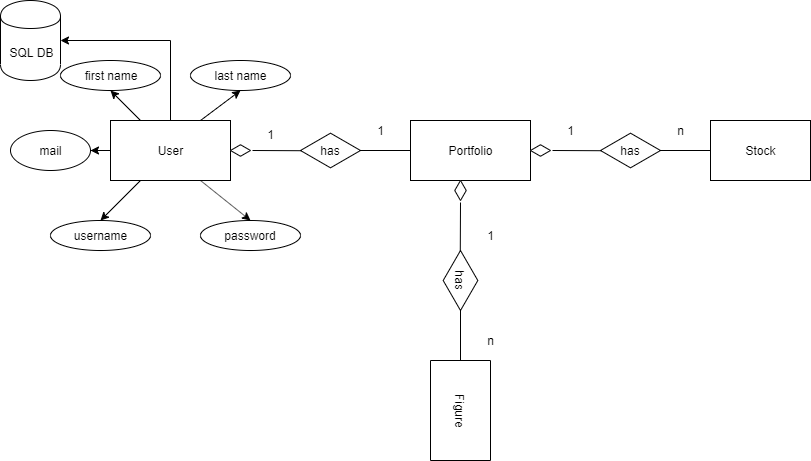
This is Documentation/DB.png from rama997project/Stats-Screening, a draw.io export, as it was before one commit. Source tidied: cells renumbered, new cells last; positions are measured from the earlier drawing's top-left corner, leaving out a move shared by most shapes. Source of this version:
```xml
<mxGraphModel>
  <root>
    <mxCell id="0" />
    <mxCell id="1" parent="0" />
    <mxCell id="2" value="SQL DB" style="shape=cylinder;whiteSpace=wrap;html=1;boundedLbl=1;backgroundOutline=1;" parent="1" vertex="1">
      <mxGeometry width="60" height="80" as="geometry" />
    </mxCell>
    <mxCell id="3" style="edgeStyle=orthogonalEdgeStyle;rounded=0;jettySize=auto;html=1;" parent="1" edge="1" source="5" target="14">
      <mxGeometry relative="1" as="geometry" />
    </mxCell>
    <mxCell id="4" style="edgeStyle=orthogonalEdgeStyle;rounded=0;jettySize=auto;html=1;entryX=1;entryY=0.5;entryDx=0;entryDy=0;" parent="1" edge="1" source="5" target="2">
      <mxGeometry relative="1" as="geometry">
        <Array as="points">
          <mxPoint x="170" y="40" />
        </Array>
      </mxGeometry>
    </mxCell>
    <mxCell id="5" value="User" style="rounded=0;whiteSpace=wrap;html=1;" parent="1" vertex="1">
      <mxGeometry x="110" y="120" width="120" height="60" as="geometry" />
    </mxCell>
    <mxCell id="6" value="first name" style="ellipse;whiteSpace=wrap;html=1;" parent="1" vertex="1">
      <mxGeometry x="60" y="60" width="100" height="30" as="geometry" />
    </mxCell>
    <mxCell id="7" value="last name" style="ellipse;whiteSpace=wrap;html=1;" parent="1" vertex="1">
      <mxGeometry x="190" y="60" width="100" height="30" as="geometry" />
    </mxCell>
    <mxCell id="8" value="username" style="ellipse;whiteSpace=wrap;html=1;" parent="1" vertex="1">
      <mxGeometry x="50" y="220" width="100" height="30" as="geometry" />
    </mxCell>
    <mxCell id="9" value="password" style="ellipse;whiteSpace=wrap;html=1;" parent="1" vertex="1">
      <mxGeometry x="200" y="220" width="100" height="30" as="geometry" />
    </mxCell>
    <mxCell id="10" style="endArrow=classic;html=1;entryX=0.5;entryY=0;entryDx=0;entryDy=0;exitX=0.75;exitY=1;exitDx=0;exitDy=0;" parent="1" edge="1" source="5" target="9">
      <mxGeometry relative="1" as="geometry" />
    </mxCell>
    <mxCell id="11" style="endArrow=classic;html=1;entryX=0.5;entryY=0;entryDx=0;entryDy=0;exitX=0.25;exitY=1;exitDx=0;exitDy=0;" parent="1" edge="1" source="5" target="8">
      <mxGeometry relative="1" as="geometry" />
    </mxCell>
    <mxCell id="12" style="endArrow=classic;html=1;exitX=0.75;exitY=0;exitDx=0;exitDy=0;entryX=0.5;entryY=1;entryDx=0;entryDy=0;" parent="1" edge="1" source="5" target="7">
      <mxGeometry relative="1" as="geometry" />
    </mxCell>
    <mxCell id="13" style="endArrow=classic;html=1;entryX=0.5;entryY=1;entryDx=0;entryDy=0;exitX=0.25;exitY=0;exitDx=0;exitDy=0;" parent="1" edge="1" source="5" target="6">
      <mxGeometry relative="1" as="geometry" />
    </mxCell>
    <mxCell id="14" value="mail" style="ellipse;whiteSpace=wrap;html=1;" parent="1" vertex="1">
      <mxGeometry x="10" y="130" width="80" height="40" as="geometry" />
    </mxCell>
    <mxCell id="15" value="Portfolio" style="rounded=0;whiteSpace=wrap;html=1;" parent="1" vertex="1">
      <mxGeometry x="410" y="120" width="120" height="60" as="geometry" />
    </mxCell>
    <mxCell id="16" value="has" style="html=1;whiteSpace=wrap;shape=isoRectangle;" parent="1" vertex="1">
      <mxGeometry x="300" y="132" width="60" height="36" as="geometry" />
    </mxCell>
    <mxCell id="17" style="endArrow=none;html=1;entryX=0;entryY=0.5;entryDx=0;entryDy=0;" parent="1" edge="1" target="15">
      <mxGeometry relative="1" as="geometry">
        <mxPoint x="359" y="150" as="sourcePoint" />
      </mxGeometry>
    </mxCell>
    <mxCell id="18" style="endArrow=none;html=1;" parent="1" edge="1" source="19">
      <mxGeometry relative="1" as="geometry">
        <mxPoint x="250" y="150" as="targetPoint" />
      </mxGeometry>
    </mxCell>
    <mxCell id="19" style="html=1;whiteSpace=wrap;shape=isoRectangle;" parent="1" vertex="1">
      <mxGeometry x="230" y="144" width="20" height="12" as="geometry" />
    </mxCell>
    <mxCell id="20" style="endArrow=none;html=1;entryX=0.02;entryY=0.506;entryDx=0;entryDy=0;entryPerimeter=0;" parent="1" edge="1" target="16">
      <mxGeometry relative="1" as="geometry">
        <mxPoint x="252" y="150" as="sourcePoint" />
      </mxGeometry>
    </mxCell>
    <mxCell id="21" value="Stock" style="rounded=0;whiteSpace=wrap;html=1;" parent="1" vertex="1">
      <mxGeometry x="710" y="120" width="100" height="60" as="geometry" />
    </mxCell>
    <mxCell id="22" value="has" style="html=1;whiteSpace=wrap;shape=isoRectangle;" parent="1" vertex="1">
      <mxGeometry x="600" y="132" width="60" height="36" as="geometry" />
    </mxCell>
    <mxCell id="23" style="endArrow=none;html=1;entryX=0;entryY=0.5;entryDx=0;entryDy=0;" parent="1" edge="1" target="21">
      <mxGeometry relative="1" as="geometry">
        <mxPoint x="659" y="150" as="sourcePoint" />
      </mxGeometry>
    </mxCell>
    <mxCell id="24" style="html=1;whiteSpace=wrap;shape=isoRectangle;" parent="1" vertex="1">
      <mxGeometry x="530" y="144" width="20" height="12" as="geometry" />
    </mxCell>
    <mxCell id="25" style="endArrow=none;html=1;entryX=0.02;entryY=0.506;entryDx=0;entryDy=0;entryPerimeter=0;" parent="1" edge="1" target="22">
      <mxGeometry relative="1" as="geometry">
        <mxPoint x="552" y="150" as="sourcePoint" />
      </mxGeometry>
    </mxCell>
    <mxCell id="26" value="1" style="text;html=1;strokeColor=none;fillColor=none;align=center;verticalAlign=middle;whiteSpace=wrap;rounded=0;" parent="1" vertex="1">
      <mxGeometry x="250" y="124" width="40" height="20" as="geometry" />
    </mxCell>
    <mxCell id="27" value="1" style="text;html=1;strokeColor=none;fillColor=none;align=center;verticalAlign=middle;whiteSpace=wrap;rounded=0;" parent="1" vertex="1">
      <mxGeometry x="360" y="120" width="40" height="20" as="geometry" />
    </mxCell>
    <mxCell id="28" style="group;rotation=90;" parent="1" vertex="1">
      <mxGeometry x="320" y="290" width="280" height="60" as="geometry" />
    </mxCell>
    <mxCell id="29" value="Figure" style="rounded=0;whiteSpace=wrap;html=1;rotation=90;" parent="28" vertex="1">
      <mxGeometry x="90" y="90" width="100" height="60" as="geometry" />
    </mxCell>
    <mxCell id="30" value="has" style="html=1;whiteSpace=wrap;shape=isoRectangle;rotation=90;" parent="28" vertex="1">
      <mxGeometry x="110" y="-28" width="60" height="36" as="geometry" />
    </mxCell>
    <mxCell id="31" style="endArrow=none;html=1;entryX=0;entryY=0.5;entryDx=0;entryDy=0;" parent="28" edge="1" target="29">
      <mxGeometry relative="1" as="geometry">
        <mxPoint x="140" y="19" as="sourcePoint" />
      </mxGeometry>
    </mxCell>
    <mxCell id="32" style="html=1;whiteSpace=wrap;shape=isoRectangle;rotation=90;" parent="28" vertex="1">
      <mxGeometry x="130" y="-106" width="20" height="12" as="geometry" />
    </mxCell>
    <mxCell id="33" style="endArrow=none;html=1;entryX=0.02;entryY=0.506;entryDx=0;entryDy=0;entryPerimeter=0;" parent="28" edge="1" target="30">
      <mxGeometry relative="1" as="geometry">
        <mxPoint x="140" y="-88" as="sourcePoint" />
      </mxGeometry>
    </mxCell>
    <mxCell id="34" value="1" style="text;html=1;strokeColor=none;fillColor=none;align=center;verticalAlign=middle;whiteSpace=wrap;rounded=0;" parent="1" vertex="1">
      <mxGeometry x="550" y="120" width="40" height="20" as="geometry" />
    </mxCell>
    <mxCell id="35" value="n" style="text;html=1;strokeColor=none;fillColor=none;align=center;verticalAlign=middle;whiteSpace=wrap;rounded=0;" parent="1" vertex="1">
      <mxGeometry x="660" y="120" width="40" height="20" as="geometry" />
    </mxCell>
    <mxCell id="36" value="1" style="text;html=1;strokeColor=none;fillColor=none;align=center;verticalAlign=middle;whiteSpace=wrap;rounded=0;" parent="1" vertex="1">
      <mxGeometry x="470" y="225" width="40" height="20" as="geometry" />
    </mxCell>
    <mxCell id="37" value="n" style="text;html=1;strokeColor=none;fillColor=none;align=center;verticalAlign=middle;whiteSpace=wrap;rounded=0;" parent="1" vertex="1">
      <mxGeometry x="470" y="330" width="40" height="20" as="geometry" />
    </mxCell>
  </root>
</mxGraphModel>
```
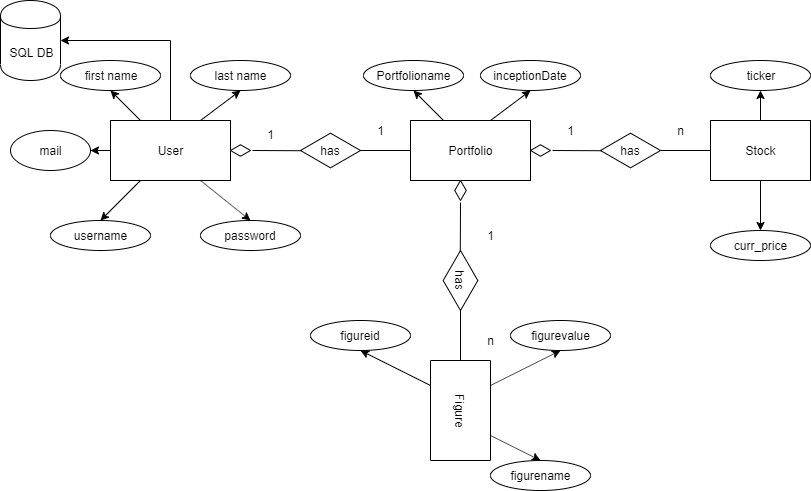
Later version of the same file.

Change to the diagram source:
```diff
@@ -21,8 +21,8 @@
     <mxCell id="6" value="first name" style="ellipse;whiteSpace=wrap;html=1;" parent="1" vertex="1">
       <mxGeometry x="60" y="60" width="100" height="30" as="geometry" />
     </mxCell>
-    <mxCell id="7" value="last name" style="ellipse;whiteSpace=wrap;html=1;" parent="1" vertex="1">
-      <mxGeometry x="190" y="60" width="100" height="30" as="geometry" />
+    <mxCell id="7" value="inceptionDate" style="ellipse;whiteSpace=wrap;html=1;" parent="1" vertex="1">
+      <mxGeometry x="480" y="60" width="100" height="30" as="geometry" />
     </mxCell>
     <mxCell id="8" value="username" style="ellipse;whiteSpace=wrap;html=1;" parent="1" vertex="1">
       <mxGeometry x="50" y="220" width="100" height="30" as="geometry" />
@@ -36,8 +36,10 @@
     <mxCell id="11" style="endArrow=classic;html=1;entryX=0.5;entryY=0;entryDx=0;entryDy=0;exitX=0.25;exitY=1;exitDx=0;exitDy=0;" parent="1" edge="1" source="5" target="8">
       <mxGeometry relative="1" as="geometry" />
     </mxCell>
-    <mxCell id="12" style="endArrow=classic;html=1;exitX=0.75;exitY=0;exitDx=0;exitDy=0;entryX=0.5;entryY=1;entryDx=0;entryDy=0;" parent="1" edge="1" source="5" target="7">
-      <mxGeometry relative="1" as="geometry" />
+    <mxCell id="12" style="endArrow=classic;html=1;exitX=0.75;exitY=0;exitDx=0;exitDy=0;entryX=0.5;entryY=1;entryDx=0;entryDy=0;" parent="1" edge="1" target="7">
+      <mxGeometry relative="1" as="geometry">
+        <mxPoint x="490" y="120" as="sourcePoint" />
+      </mxGeometry>
     </mxCell>
     <mxCell id="13" style="endArrow=classic;html=1;entryX=0.5;entryY=1;entryDx=0;entryDy=0;exitX=0.25;exitY=0;exitDx=0;exitDy=0;" parent="1" edge="1" source="5" target="6">
       <mxGeometry relative="1" as="geometry" />
@@ -116,6 +118,9 @@
         <mxPoint x="140" y="-88" as="sourcePoint" />
       </mxGeometry>
     </mxCell>
+    <mxCell id="38" style="edgeStyle=orthogonalEdgeStyle;rounded=0;orthogonalLoop=1;jettySize=auto;html=1;exitX=1;exitY=0.5;exitDx=0;exitDy=0;" parent="28" edge="1" source="29" target="29">
+      <mxGeometry relative="1" as="geometry" />
+    </mxCell>
     <mxCell id="34" value="1" style="text;html=1;strokeColor=none;fillColor=none;align=center;verticalAlign=middle;whiteSpace=wrap;rounded=0;" parent="1" vertex="1">
       <mxGeometry x="550" y="120" width="40" height="20" as="geometry" />
     </mxCell>
@@ -128,5 +133,51 @@
     <mxCell id="37" value="n" style="text;html=1;strokeColor=none;fillColor=none;align=center;verticalAlign=middle;whiteSpace=wrap;rounded=0;" parent="1" vertex="1">
       <mxGeometry x="470" y="330" width="40" height="20" as="geometry" />
     </mxCell>
+    <mxCell id="39" value="ticker" style="ellipse;whiteSpace=wrap;html=1;" parent="1" vertex="1">
+      <mxGeometry x="710" y="60" width="100" height="30" as="geometry" />
+    </mxCell>
+    <mxCell id="40" style="endArrow=classic;html=1;exitX=0.5;exitY=0;exitDx=0;exitDy=0;entryX=0.5;entryY=1;entryDx=0;entryDy=0;" parent="1" edge="1" source="21" target="39">
+      <mxGeometry relative="1" as="geometry" />
+    </mxCell>
+    <mxCell id="41" value="last name" style="ellipse;whiteSpace=wrap;html=1;" parent="1" vertex="1">
+      <mxGeometry x="190" y="60" width="100" height="30" as="geometry" />
+    </mxCell>
+    <mxCell id="42" style="endArrow=classic;html=1;exitX=0.75;exitY=0;exitDx=0;exitDy=0;entryX=0.5;entryY=1;entryDx=0;entryDy=0;" parent="1" edge="1" target="41">
+      <mxGeometry relative="1" as="geometry">
+        <mxPoint x="200" y="120" as="sourcePoint" />
+      </mxGeometry>
+    </mxCell>
+    <mxCell id="43" value="Portfolioname" style="ellipse;whiteSpace=wrap;html=1;" parent="1" vertex="1">
+      <mxGeometry x="363" y="60" width="100" height="30" as="geometry" />
+    </mxCell>
+    <mxCell id="44" style="endArrow=classic;html=1;entryX=0.5;entryY=1;entryDx=0;entryDy=0;exitX=0.25;exitY=0;exitDx=0;exitDy=0;" parent="1" edge="1" target="43">
+      <mxGeometry relative="1" as="geometry">
+        <mxPoint x="443" y="120" as="sourcePoint" />
+      </mxGeometry>
+    </mxCell>
+    <mxCell id="45" value="curr_price" style="ellipse;whiteSpace=wrap;html=1;" parent="1" vertex="1">
+      <mxGeometry x="710" y="230" width="100" height="30" as="geometry" />
+    </mxCell>
+    <mxCell id="46" style="endArrow=classic;html=1;entryX=0.5;entryY=0;entryDx=0;entryDy=0;exitX=0.5;exitY=1;exitDx=0;exitDy=0;" parent="1" edge="1" source="21" target="45">
+      <mxGeometry relative="1" as="geometry" />
+    </mxCell>
+    <mxCell id="47" value="figurename" style="ellipse;whiteSpace=wrap;html=1;" parent="1" vertex="1">
+      <mxGeometry x="490" y="460" width="100" height="30" as="geometry" />
+    </mxCell>
+    <mxCell id="48" style="endArrow=classic;html=1;entryX=0.5;entryY=0;entryDx=0;entryDy=0;exitX=0.75;exitY=0;exitDx=0;exitDy=0;" parent="1" edge="1" source="29" target="47">
+      <mxGeometry relative="1" as="geometry" />
+    </mxCell>
+    <mxCell id="49" value="figurevalue" style="ellipse;whiteSpace=wrap;html=1;" parent="1" vertex="1">
+      <mxGeometry x="510" y="320" width="100" height="30" as="geometry" />
+    </mxCell>
+    <mxCell id="50" style="endArrow=classic;html=1;exitX=0.25;exitY=0;exitDx=0;exitDy=0;entryX=0.5;entryY=1;entryDx=0;entryDy=0;" parent="1" edge="1" source="29" target="49">
+      <mxGeometry relative="1" as="geometry" />
+    </mxCell>
+    <mxCell id="51" value="figureid" style="ellipse;whiteSpace=wrap;html=1;" parent="1" vertex="1">
+      <mxGeometry x="310" y="320" width="100" height="30" as="geometry" />
+    </mxCell>
+    <mxCell id="52" style="endArrow=classic;html=1;entryX=0.5;entryY=1;entryDx=0;entryDy=0;exitX=0.25;exitY=1;exitDx=0;exitDy=0;" parent="1" edge="1" source="29" target="51">
+      <mxGeometry relative="1" as="geometry" />
+    </mxCell>
   </root>
 </mxGraphModel>
```
